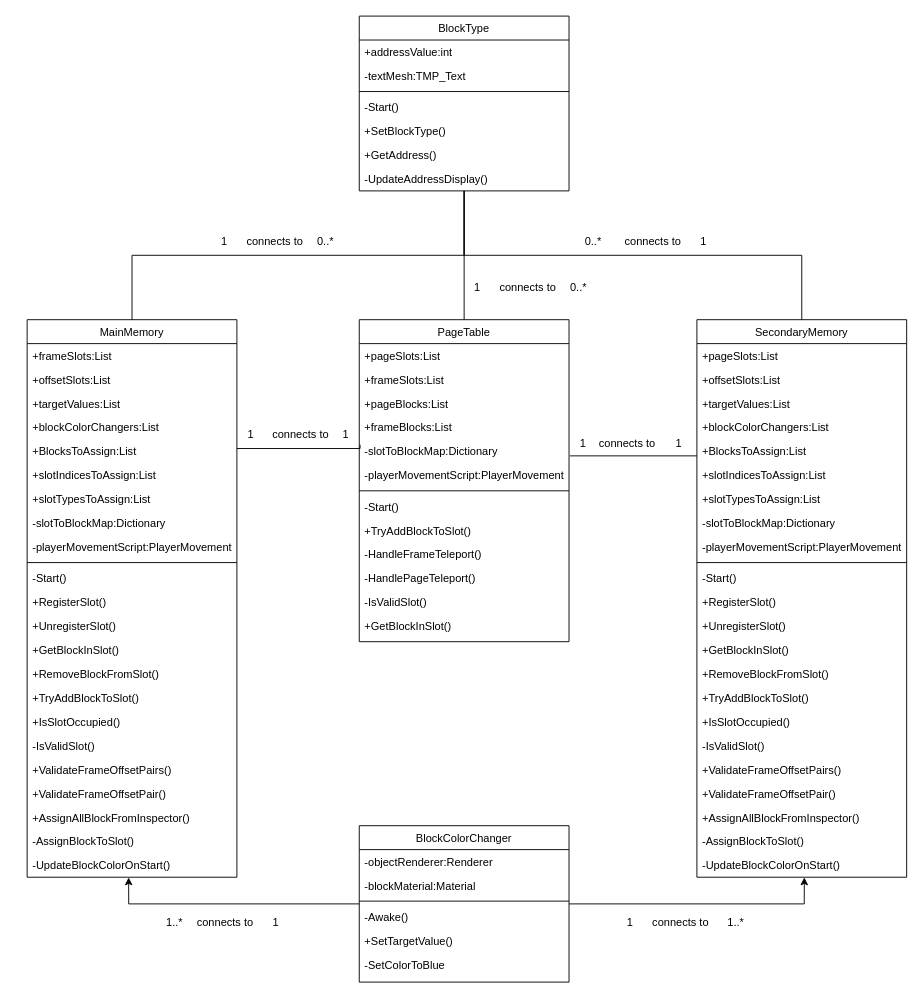
Earlier version of the draw.io diagram Drawio Files/MM_Class_Diagram.drawio (jgharrison1/Logical-Gate). Source tidied: cells renumbered, new cells numbered last; positions are measured from the earlier drawing's top-left corner, leaving out a move shared by most shapes. Both pictures are drawn from the tidied source at 92%, with x=0, y=0 at pixel (27, 16).
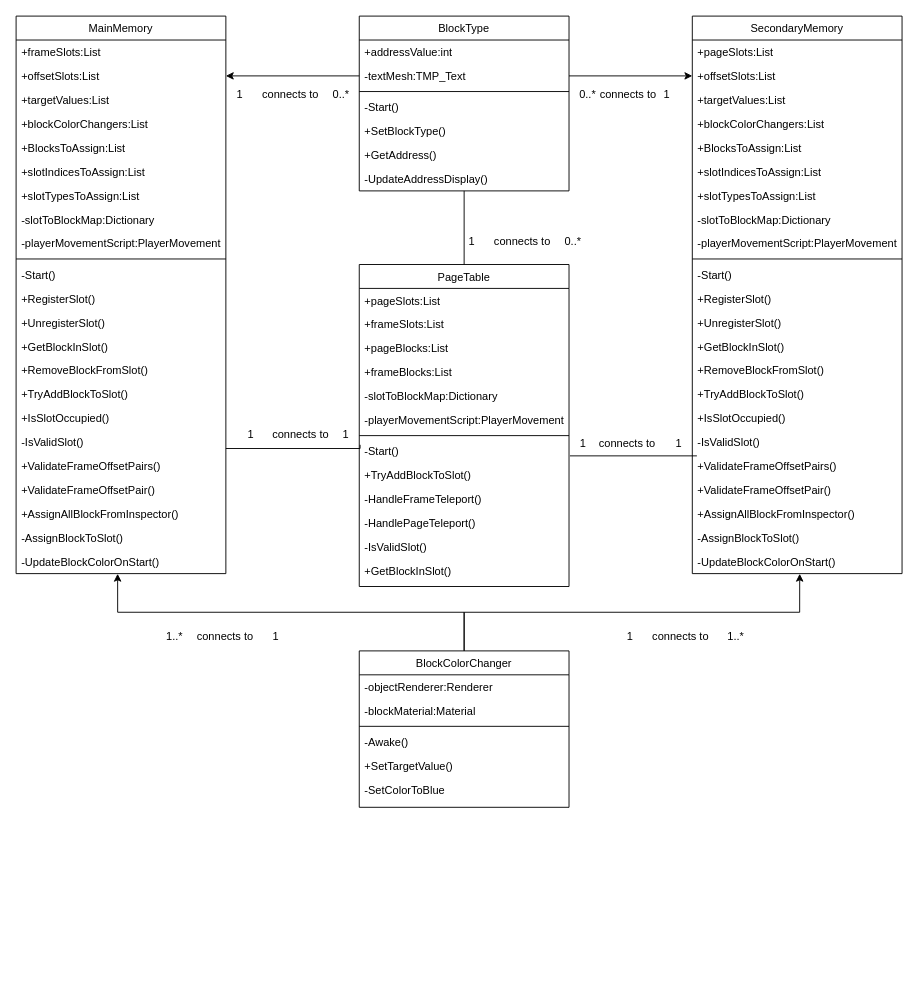
The same page after the edit.

Unchanged cells that the change refers to:
```xml
<mxCell id="8" value="+offsetSlots:List" style="text;align=left;verticalAlign=top;spacingLeft=4;spacingRight=4;overflow=hidden;points=[[0,0.5],[1,0.5]];portConstraint=eastwest;rounded=0;shadow=0;html=0;" parent="6" vertex="1">
  <mxGeometry y="52" width="228" height="26" as="geometry" />
</mxCell>
<mxCell id="36" value="+offsetSlots:List" style="text;align=left;verticalAlign=top;spacingLeft=4;spacingRight=4;overflow=hidden;points=[[0,0.5],[1,0.5]];portConstraint=eastwest;rounded=0;shadow=0;html=0;" parent="34" vertex="1">
  <mxGeometry y="52" width="228" height="26" as="geometry" />
</mxCell>
<mxCell id="75" value="BlockType" style="swimlane;fontStyle=0;align=center;verticalAlign=top;horizontal=1;startSize=26;rounded=0;shadow=0;strokeWidth=1;" parent="1" vertex="1">
  <mxGeometry x="361" width="228" height="190" as="geometry" />
</mxCell>
<mxCell id="77" value="-textMesh:TMP_Text" style="text;align=left;verticalAlign=top;spacingLeft=4;spacingRight=4;overflow=hidden;points=[[0,0.5],[1,0.5]];portConstraint=eastwest;rounded=0;shadow=0;html=0;" parent="75" vertex="1">
  <mxGeometry y="52" width="228" height="26" as="geometry" />
</mxCell>
```

The edit, as a diff of the source:
```diff
@@
     <mxCell id="6" value="MainMemory" style="swimlane;fontStyle=0;align=center;verticalAlign=top;horizontal=1;startSize=26;rounded=0;shadow=0;strokeWidth=1;" parent="1" vertex="1">
-      <mxGeometry y="330" width="228" height="606" as="geometry" />
+      <mxGeometry x="-12" width="228" height="606" as="geometry" />
     </mxCell>
@@
     <mxCell id="34" value="SecondaryMemory" style="swimlane;fontStyle=0;align=center;verticalAlign=top;horizontal=1;startSize=26;rounded=0;shadow=0;strokeWidth=1;" parent="1" vertex="1">
-      <mxGeometry x="728" y="330" width="228" height="606" as="geometry" />
+      <mxGeometry x="723" width="228" height="606" as="geometry" />
     </mxCell>
@@
     <mxCell id="58" value="PageTable" style="swimlane;fontStyle=0;align=center;verticalAlign=top;horizontal=1;startSize=26;rounded=0;shadow=0;strokeWidth=1;" parent="1" vertex="1">
-      <mxGeometry x="361" y="330" width="228" height="350" as="geometry" />
+      <mxGeometry x="361" y="270" width="228" height="350" as="geometry" />
     </mxCell>
@@
-    <mxCell id="72" style="edgeStyle=orthogonalEdgeStyle;rounded=0;jettySize=auto;html=1;entryX=0.5;entryY=0;entryDx=0;entryDy=0;endArrow=none;startFill=0;" parent="1" edge="1" source="75" target="6">
-      <mxGeometry relative="1" as="geometry">
-        <Array as="points">
-          <mxPoint x="475" y="260" />
-          <mxPoint x="114" y="260" />
-        </Array>
-      </mxGeometry>
-    </mxCell>
@@
-    <mxCell id="74" style="edgeStyle=orthogonalEdgeStyle;rounded=0;jettySize=auto;html=1;endArrow=none;startFill=0;" parent="1" edge="1" source="75" target="34">
-      <mxGeometry relative="1" as="geometry">
-        <Array as="points">
-          <mxPoint x="475" y="260" />
-          <mxPoint x="842" y="260" />
-        </Array>
-      </mxGeometry>
-    </mxCell>
@@
     <mxCell id="83" value="BlockColorChanger" style="swimlane;fontStyle=0;align=center;verticalAlign=top;horizontal=1;startSize=26;rounded=0;shadow=0;strokeWidth=1;" parent="1" vertex="1">
-      <mxGeometry x="361" y="880" width="228" height="170" as="geometry" />
+      <mxGeometry x="361" y="690" width="228" height="170" as="geometry" />
     </mxCell>
@@
     <mxCell id="90" value="1" style="text;html=1;align=center;verticalAlign=middle;strokeColor=none;fillColor=none;" parent="1" vertex="1">
-      <mxGeometry x="199" y="230" width="30" height="30" as="geometry" />
+      <mxGeometry x="216" y="70" width="30" height="30" as="geometry" />
     </mxCell>
     <mxCell id="91" value="0..*" style="text;html=1;align=center;verticalAlign=middle;strokeColor=none;fillColor=none;" parent="1" vertex="1">
-      <mxGeometry x="304" y="230" width="40" height="30" as="geometry" />
+      <mxGeometry x="321" y="70" width="40" height="30" as="geometry" />
     </mxCell>
     <mxCell id="92" value="connects to" style="text;html=1;align=center;verticalAlign=middle;strokeColor=none;fillColor=none;" parent="1" vertex="1">
-      <mxGeometry x="229" y="230" width="80" height="30" as="geometry" />
+      <mxGeometry x="246" y="70" width="80" height="30" as="geometry" />
     </mxCell>
     <mxCell id="93" value="1" style="text;html=1;align=center;verticalAlign=middle;strokeColor=none;fillColor=none;" parent="1" vertex="1">
-      <mxGeometry x="720" y="230" width="30" height="30" as="geometry" />
+      <mxGeometry x="680" y="70" width="30" height="30" as="geometry" />
     </mxCell>
     <mxCell id="94" value="0..*" style="text;html=1;align=center;verticalAlign=middle;strokeColor=none;fillColor=none;" parent="1" vertex="1">
-      <mxGeometry x="595" y="230" width="40" height="30" as="geometry" />
+      <mxGeometry x="589" y="70" width="40" height="30" as="geometry" />
     </mxCell>
     <mxCell id="95" value="connects to" style="text;html=1;align=center;verticalAlign=middle;strokeColor=none;fillColor=none;" parent="1" vertex="1">
-      <mxGeometry x="640" y="230" width="80" height="30" as="geometry" />
+      <mxGeometry x="613" y="70" width="80" height="30" as="geometry" />
     </mxCell>
     <mxCell id="96" value="1" style="text;html=1;align=center;verticalAlign=middle;strokeColor=none;fillColor=none;" parent="1" vertex="1">
-      <mxGeometry x="474" y="280" width="30" height="30" as="geometry" />
+      <mxGeometry x="468" y="230" width="30" height="30" as="geometry" />
     </mxCell>
     <mxCell id="97" value="0..*" style="text;html=1;align=center;verticalAlign=middle;strokeColor=none;fillColor=none;" parent="1" vertex="1">
-      <mxGeometry x="579" y="280" width="40" height="30" as="geometry" />
+      <mxGeometry x="573" y="230" width="40" height="30" as="geometry" />
     </mxCell>
     <mxCell id="98" value="connects to" style="text;html=1;align=center;verticalAlign=middle;strokeColor=none;fillColor=none;" parent="1" vertex="1">
-      <mxGeometry x="504" y="280" width="80" height="30" as="geometry" />
+      <mxGeometry x="498" y="230" width="80" height="30" as="geometry" />
     </mxCell>
@@
     <mxCell id="101" value="1..*" style="text;html=1;align=center;verticalAlign=middle;strokeColor=none;fillColor=none;" parent="1" vertex="1">
-      <mxGeometry x="750" y="970" width="40" height="30" as="geometry" />
+      <mxGeometry x="750" y="660" width="40" height="30" as="geometry" />
     </mxCell>
     <mxCell id="102" value="1" style="text;html=1;align=center;verticalAlign=middle;strokeColor=none;fillColor=none;" parent="1" vertex="1">
-      <mxGeometry x="640" y="970" width="30" height="30" as="geometry" />
+      <mxGeometry x="640" y="660" width="30" height="30" as="geometry" />
     </mxCell>
     <mxCell id="103" value="connects to" style="text;html=1;align=center;verticalAlign=middle;strokeColor=none;fillColor=none;" parent="1" vertex="1">
-      <mxGeometry x="670" y="970" width="80" height="30" as="geometry" />
+      <mxGeometry x="670" y="660" width="80" height="30" as="geometry" />
     </mxCell>
     <mxCell id="104" value="1..*" style="text;html=1;align=center;verticalAlign=middle;strokeColor=none;fillColor=none;" parent="1" vertex="1">
-      <mxGeometry x="140" y="970" width="40" height="30" as="geometry" />
+      <mxGeometry x="140" y="660" width="40" height="30" as="geometry" />
     </mxCell>
     <mxCell id="105" value="1" style="text;html=1;align=center;verticalAlign=middle;strokeColor=none;fillColor=none;" parent="1" vertex="1">
-      <mxGeometry x="255" y="970" width="30" height="30" as="geometry" />
+      <mxGeometry x="255" y="660" width="30" height="30" as="geometry" />
     </mxCell>
     <mxCell id="106" value="connects to" style="text;html=1;align=center;verticalAlign=middle;strokeColor=none;fillColor=none;" parent="1" vertex="1">
-      <mxGeometry x="175" y="970" width="80" height="30" as="geometry" />
+      <mxGeometry x="175" y="660" width="80" height="30" as="geometry" />
     </mxCell>
+    <mxCell id="107" style="edgeStyle=orthogonalEdgeStyle;rounded=0;jettySize=auto;html=1;entryX=1;entryY=0.5;entryDx=0;entryDy=0;" parent="1" edge="1" source="77" target="8">
+      <mxGeometry relative="1" as="geometry" />
+    </mxCell>
+    <mxCell id="108" style="edgeStyle=orthogonalEdgeStyle;rounded=0;jettySize=auto;html=1;entryX=0;entryY=0.5;entryDx=0;entryDy=0;" parent="1" edge="1" source="77" target="36">
+      <mxGeometry relative="1" as="geometry" />
+    </mxCell>
```
